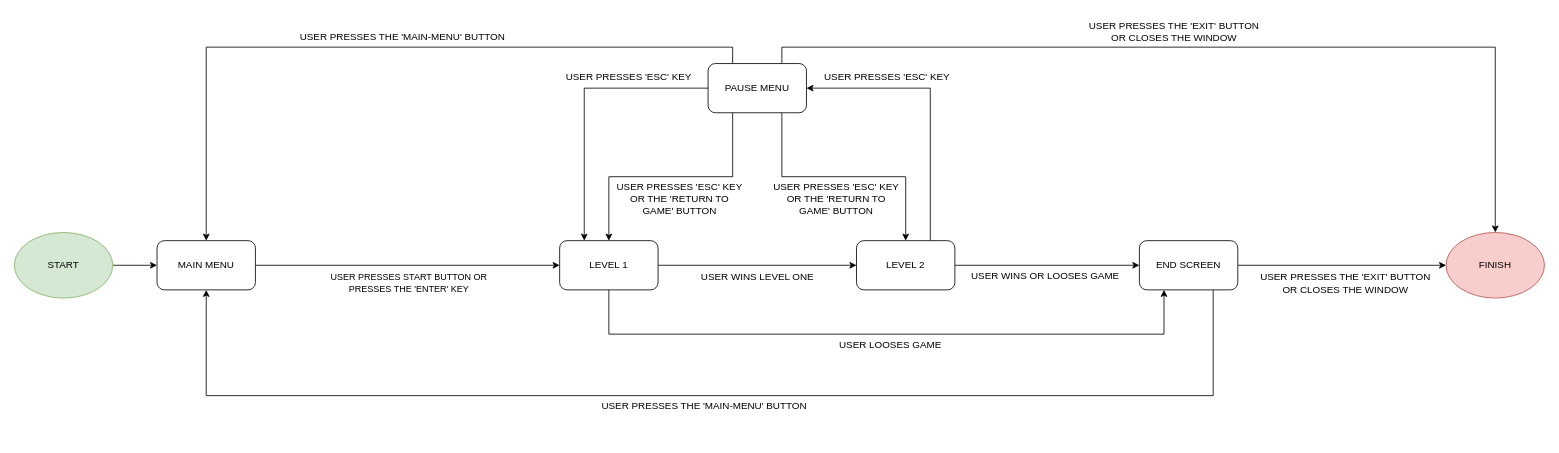
This is user menu flow control diagram.drawio from PycraftDeveloper/Bouncing-Balls, a draw.io file, before an edit. Source tidied: cells renumbered, new cells numbered last; positions are measured from the earlier drawing's top-left corner, leaving out a move shared by most shapes. Both pictures are drawn from the tidied source at 82%, with x=0, y=0 at pixel (14, 14).
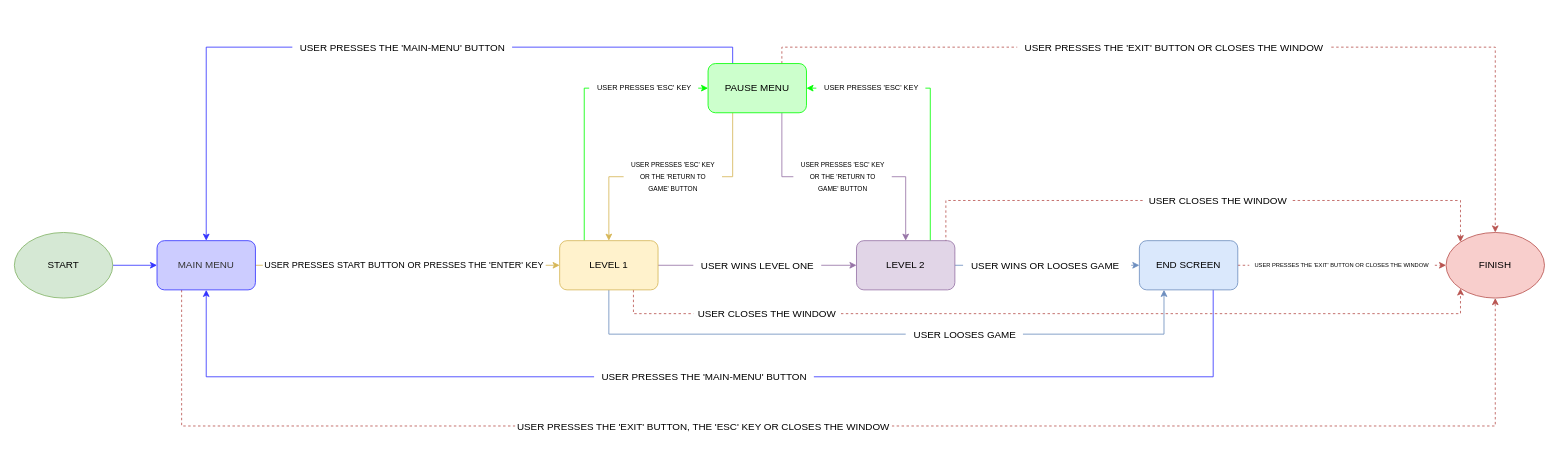
Above is the later version.

Unchanged cells that the change refers to:
```xml
<mxCell id="3" value="START" style="ellipse;whiteSpace=wrap;html=1;fillColor=#d5e8d4;strokeColor=#82b366;" parent="1" vertex="1">
  <mxGeometry y="266" width="120" height="80" as="geometry" />
</mxCell>
<mxCell id="4" value="FINISH" style="ellipse;whiteSpace=wrap;html=1;fillColor=#f8cecc;strokeColor=#b85450;" parent="1" vertex="1">
  <mxGeometry x="1746" y="266" width="120" height="80" as="geometry" />
</mxCell>
```

The edit, as a diff of the source:
```diff
@@
-    <mxCell id="2" style="edgeStyle=orthogonalEdgeStyle;rounded=0;jettySize=auto;html=1;exitX=1;exitY=0.5;exitDx=0;exitDy=0;entryX=0;entryY=0.5;entryDx=0;entryDy=0;" parent="1" edge="1" source="3" target="6">
+    <mxCell id="2" style="edgeStyle=orthogonalEdgeStyle;rounded=0;jettySize=auto;html=1;exitX=1;exitY=0.5;exitDx=0;exitDy=0;entryX=0;entryY=0.5;entryDx=0;entryDy=0;strokeColor=#3333FF;" parent="1" edge="1" source="3" target="6">
       <mxGeometry relative="1" as="geometry" />
     </mxCell>
@@
-    <mxCell id="5" style="edgeStyle=orthogonalEdgeStyle;rounded=0;jettySize=auto;html=1;exitX=1;exitY=0.5;exitDx=0;exitDy=0;entryX=0;entryY=0.5;entryDx=0;entryDy=0;" parent="1" edge="1" source="6" target="18">
+    <mxCell id="5" style="edgeStyle=orthogonalEdgeStyle;rounded=0;jettySize=auto;html=1;exitX=1;exitY=0.5;exitDx=0;exitDy=0;entryX=0;entryY=0.5;entryDx=0;entryDy=0;fillColor=#fff2cc;strokeColor=#d6b656;" parent="1" edge="1" source="6" target="18">
       <mxGeometry relative="1" as="geometry" />
     </mxCell>
+    <mxCell id="34" style="edgeStyle=orthogonalEdgeStyle;rounded=0;jettySize=auto;html=1;exitX=0.25;exitY=1;exitDx=0;exitDy=0;entryX=0.5;entryY=1;entryDx=0;entryDy=0;fillColor=#f8cecc;strokeColor=#b85450;dashed=1;" parent="1" edge="1" source="6" target="4">
+      <mxGeometry relative="1" as="geometry">
+        <Array as="points">
+          <mxPoint x="204" y="502" />
+          <mxPoint x="1806" y="502" />
+        </Array>
+      </mxGeometry>
+    </mxCell>
-    <mxCell id="6" value="MAIN MENU" style="rounded=1;whiteSpace=wrap;html=1;" parent="1" vertex="1">
+    <mxCell id="6" value="MAIN MENU" style="rounded=1;whiteSpace=wrap;html=1;fillColor=#CCCCFF;strokeColor=#3333FF;fontColor=#333333;" parent="1" vertex="1">
       <mxGeometry x="174" y="276" width="120" height="60" as="geometry" />
     </mxCell>
-    <mxCell id="7" style="edgeStyle=orthogonalEdgeStyle;rounded=0;jettySize=auto;html=1;exitX=1;exitY=0.5;exitDx=0;exitDy=0;entryX=0;entryY=0.5;entryDx=0;entryDy=0;" parent="1" edge="1" source="9" target="4">
+    <mxCell id="7" style="edgeStyle=orthogonalEdgeStyle;rounded=0;jettySize=auto;html=1;exitX=1;exitY=0.5;exitDx=0;exitDy=0;entryX=0;entryY=0.5;entryDx=0;entryDy=0;fillColor=#f8cecc;strokeColor=#b85450;dashed=1;" parent="1" edge="1" source="9" target="4">
       <mxGeometry relative="1" as="geometry" />
     </mxCell>
-    <mxCell id="8" style="edgeStyle=orthogonalEdgeStyle;rounded=0;jettySize=auto;html=1;exitX=0.75;exitY=1;exitDx=0;exitDy=0;entryX=0.5;entryY=1;entryDx=0;entryDy=0;" parent="1" edge="1" source="9" target="6">
+    <mxCell id="8" style="edgeStyle=orthogonalEdgeStyle;rounded=0;jettySize=auto;html=1;exitX=0.75;exitY=1;exitDx=0;exitDy=0;entryX=0.5;entryY=1;entryDx=0;entryDy=0;fillColor=#ffe6cc;strokeColor=#3333FF;" parent="1" edge="1" source="9" target="6">
       <mxGeometry relative="1" as="geometry">
         <Array as="points">
-          <mxPoint x="1462" y="465" />
-          <mxPoint x="234" y="465" />
+          <mxPoint x="1462" y="442" />
+          <mxPoint x="234" y="442" />
         </Array>
       </mxGeometry>
     </mxCell>
-    <mxCell id="9" value="END SCREEN" style="rounded=1;whiteSpace=wrap;html=1;" parent="1" vertex="1">
+    <mxCell id="9" value="END SCREEN" style="rounded=1;whiteSpace=wrap;html=1;fillColor=#dae8fc;strokeColor=#6c8ebf;" parent="1" vertex="1">
       <mxGeometry x="1372" y="276" width="120" height="60" as="geometry" />
     </mxCell>
-    <mxCell id="10" style="edgeStyle=orthogonalEdgeStyle;rounded=0;jettySize=auto;html=1;exitX=0.25;exitY=1;exitDx=0;exitDy=0;entryX=0.5;entryY=0;entryDx=0;entryDy=0;" parent="1" edge="1" source="15" target="18">
+    <mxCell id="10" style="edgeStyle=orthogonalEdgeStyle;rounded=0;jettySize=auto;html=1;exitX=0.25;exitY=1;exitDx=0;exitDy=0;entryX=0.5;entryY=0;entryDx=0;entryDy=0;fillColor=#fff2cc;strokeColor=#d6b656;" parent="1" edge="1" source="15" target="18">
       <mxGeometry relative="1" as="geometry" />
     </mxCell>
-    <mxCell id="11" style="edgeStyle=orthogonalEdgeStyle;rounded=0;jettySize=auto;html=1;exitX=0.75;exitY=1;exitDx=0;exitDy=0;entryX=0.5;entryY=0;entryDx=0;entryDy=0;" parent="1" edge="1" source="15" target="21">
+    <mxCell id="11" style="edgeStyle=orthogonalEdgeStyle;rounded=0;jettySize=auto;html=1;exitX=0.75;exitY=1;exitDx=0;exitDy=0;entryX=0.5;entryY=0;entryDx=0;entryDy=0;fillColor=#e1d5e7;strokeColor=#9673a6;" parent="1" edge="1" source="15" target="21">
       <mxGeometry relative="1" as="geometry" />
     </mxCell>
-    <mxCell id="12" style="edgeStyle=orthogonalEdgeStyle;rounded=0;jettySize=auto;html=1;exitX=0;exitY=0.5;exitDx=0;exitDy=0;entryX=0.25;entryY=0;entryDx=0;entryDy=0;" parent="1" edge="1" source="15" target="18">
+    <mxCell id="12" style="edgeStyle=orthogonalEdgeStyle;rounded=0;jettySize=auto;html=1;exitX=0;exitY=0.5;exitDx=0;exitDy=0;entryX=0.25;entryY=0;entryDx=0;entryDy=0;startArrow=classic;startFill=1;endArrow=none;endFill=0;strokeColor=#00FF00;" parent="1" edge="1" source="15" target="18">
       <mxGeometry relative="1" as="geometry" />
     </mxCell>
-    <mxCell id="13" style="edgeStyle=orthogonalEdgeStyle;rounded=0;jettySize=auto;html=1;exitX=0.25;exitY=0;exitDx=0;exitDy=0;entryX=0.5;entryY=0;entryDx=0;entryDy=0;" parent="1" edge="1" source="15" target="6">
+    <mxCell id="13" style="edgeStyle=orthogonalEdgeStyle;rounded=0;jettySize=auto;html=1;exitX=0.25;exitY=0;exitDx=0;exitDy=0;entryX=0.5;entryY=0;entryDx=0;entryDy=0;strokeColor=#3333FF;" parent="1" edge="1" source="15" target="6">
       <mxGeometry relative="1" as="geometry" />
     </mxCell>
-    <mxCell id="14" style="edgeStyle=orthogonalEdgeStyle;rounded=0;jettySize=auto;html=1;exitX=0.75;exitY=0;exitDx=0;exitDy=0;entryX=0.5;entryY=0;entryDx=0;entryDy=0;" parent="1" edge="1" source="15" target="4">
+    <mxCell id="14" style="edgeStyle=orthogonalEdgeStyle;rounded=0;jettySize=auto;html=1;exitX=0.75;exitY=0;exitDx=0;exitDy=0;entryX=0.5;entryY=0;entryDx=0;entryDy=0;fillColor=#f8cecc;strokeColor=#b85450;dashed=1;" parent="1" edge="1" source="15" target="4">
       <mxGeometry relative="1" as="geometry" />
     </mxCell>
-    <mxCell id="15" value="PAUSE MENU" style="rounded=1;whiteSpace=wrap;html=1;" parent="1" vertex="1">
+    <mxCell id="15" value="PAUSE MENU" style="rounded=1;whiteSpace=wrap;html=1;fillColor=#CCFFCC;strokeColor=#00FF00;" parent="1" vertex="1">
       <mxGeometry x="846" y="60" width="120" height="60" as="geometry" />
     </mxCell>
-    <mxCell id="16" style="edgeStyle=orthogonalEdgeStyle;rounded=0;jettySize=auto;html=1;exitX=1;exitY=0.5;exitDx=0;exitDy=0;entryX=0;entryY=0.5;entryDx=0;entryDy=0;" parent="1" edge="1" source="18" target="21">
+    <mxCell id="16" style="edgeStyle=orthogonalEdgeStyle;rounded=0;jettySize=auto;html=1;exitX=1;exitY=0.5;exitDx=0;exitDy=0;entryX=0;entryY=0.5;entryDx=0;entryDy=0;fillColor=#e1d5e7;strokeColor=#9673a6;" parent="1" edge="1" source="18" target="21">
       <mxGeometry relative="1" as="geometry" />
     </mxCell>
-    <mxCell id="17" style="edgeStyle=orthogonalEdgeStyle;rounded=0;jettySize=auto;html=1;exitX=0.5;exitY=1;exitDx=0;exitDy=0;entryX=0.25;entryY=1;entryDx=0;entryDy=0;" parent="1" edge="1" source="18" target="9">
+    <mxCell id="17" style="edgeStyle=orthogonalEdgeStyle;rounded=0;jettySize=auto;html=1;exitX=0.5;exitY=1;exitDx=0;exitDy=0;entryX=0.25;entryY=1;entryDx=0;entryDy=0;fillColor=#dae8fc;strokeColor=#6c8ebf;" parent="1" edge="1" source="18" target="9">
       <mxGeometry relative="1" as="geometry">
         <Array as="points">
           <mxPoint x="725" y="390" />
           <mxPoint x="1402" y="390" />
         </Array>
       </mxGeometry>
     </mxCell>
+    <mxCell id="35" style="edgeStyle=orthogonalEdgeStyle;rounded=0;jettySize=auto;html=1;exitX=0.75;exitY=1;exitDx=0;exitDy=0;entryX=0;entryY=1;entryDx=0;entryDy=0;fillColor=#f8cecc;strokeColor=#b85450;dashed=1;" parent="1" edge="1" source="18" target="4">
+      <mxGeometry relative="1" as="geometry">
+        <Array as="points">
+          <mxPoint x="755" y="365" />
+          <mxPoint x="1764" y="365" />
+        </Array>
+      </mxGeometry>
+    </mxCell>
-    <mxCell id="18" value="LEVEL 1" style="rounded=1;whiteSpace=wrap;html=1;" parent="1" vertex="1">
+    <mxCell id="18" value="LEVEL 1" style="rounded=1;whiteSpace=wrap;html=1;fillColor=#fff2cc;strokeColor=#d6b656;" parent="1" vertex="1">
       <mxGeometry x="665" y="276" width="120" height="60" as="geometry" />
     </mxCell>
-    <mxCell id="19" style="edgeStyle=orthogonalEdgeStyle;rounded=0;jettySize=auto;html=1;exitX=1;exitY=0.5;exitDx=0;exitDy=0;entryX=0;entryY=0.5;entryDx=0;entryDy=0;" parent="1" edge="1" source="21" target="9">
+    <mxCell id="19" style="edgeStyle=orthogonalEdgeStyle;rounded=0;jettySize=auto;html=1;exitX=1;exitY=0.5;exitDx=0;exitDy=0;entryX=0;entryY=0.5;entryDx=0;entryDy=0;fillColor=#dae8fc;strokeColor=#6c8ebf;" parent="1" edge="1" source="21" target="9">
       <mxGeometry relative="1" as="geometry" />
     </mxCell>
-    <mxCell id="20" style="edgeStyle=orthogonalEdgeStyle;rounded=0;jettySize=auto;html=1;exitX=0.75;exitY=0;exitDx=0;exitDy=0;entryX=1;entryY=0.5;entryDx=0;entryDy=0;" parent="1" edge="1" source="21" target="15">
+    <mxCell id="20" style="edgeStyle=orthogonalEdgeStyle;rounded=0;jettySize=auto;html=1;exitX=0.75;exitY=0;exitDx=0;exitDy=0;entryX=1;entryY=0.5;entryDx=0;entryDy=0;strokeColor=#00FF00;" parent="1" edge="1" source="21" target="15">
       <mxGeometry relative="1" as="geometry" />
     </mxCell>
+    <mxCell id="36" style="edgeStyle=orthogonalEdgeStyle;rounded=0;jettySize=auto;html=1;exitX=1;exitY=0.25;exitDx=0;exitDy=0;entryX=0;entryY=0;entryDx=0;entryDy=0;fillColor=#f8cecc;strokeColor=#b85450;dashed=1;" parent="1" edge="1" source="21" target="4">
+      <mxGeometry relative="1" as="geometry">
+        <Array as="points">
+          <mxPoint x="1136" y="291" />
+          <mxPoint x="1136" y="227" />
+          <mxPoint x="1764" y="227" />
+        </Array>
+      </mxGeometry>
+    </mxCell>
-    <mxCell id="21" value="LEVEL 2" style="rounded=1;whiteSpace=wrap;html=1;" parent="1" vertex="1">
+    <mxCell id="21" value="LEVEL 2" style="rounded=1;whiteSpace=wrap;html=1;fillColor=#e1d5e7;strokeColor=#9673a6;" parent="1" vertex="1">
       <mxGeometry x="1027" y="276" width="120" height="60" as="geometry" />
     </mxCell>
-    <mxCell id="22" value="USER WINS LEVEL ONE" style="text;html=1;align=center;verticalAlign=middle;strokeColor=none;fillColor=none;" parent="1" vertex="1">
-      <mxGeometry x="828" y="307" width="156" height="26" as="geometry" />
+    <mxCell id="22" value="USER WINS LEVEL ONE" style="text;html=1;align=center;verticalAlign=middle;strokeColor=none;fillColor=default;" parent="1" vertex="1">
+      <mxGeometry x="828" y="294" width="156" height="26" as="geometry" />
     </mxCell>
-    <mxCell id="23" value="USER PRESSES 'ESC' KEY" style="text;html=1;align=center;verticalAlign=middle;strokeColor=none;fillColor=none;" parent="1" vertex="1">
-      <mxGeometry x="663" y="64" width="171" height="26" as="geometry" />
+    <mxCell id="23" value="&lt;font style=&quot;font-size: 9px;&quot;&gt;USER PRESSES 'ESC' KEY&lt;/font&gt;" style="text;html=1;align=center;verticalAlign=middle;strokeColor=none;fillColor=default;" parent="1" vertex="1">
+      <mxGeometry x="701" y="76" width="133" height="26" as="geometry" />
     </mxCell>
-    <mxCell id="24" value="USER PRESSES 'ESC' KEY" style="text;html=1;align=center;verticalAlign=middle;strokeColor=none;fillColor=none;" parent="1" vertex="1">
-      <mxGeometry x="978" y="64" width="171" height="26" as="geometry" />
+    <mxCell id="24" value="&lt;font style=&quot;font-size: 9px;&quot;&gt;USER PRESSES 'ESC' KEY&lt;/font&gt;" style="text;html=1;align=center;verticalAlign=middle;strokeColor=none;fillColor=default;" parent="1" vertex="1">
+      <mxGeometry x="978" y="76" width="133" height="26" as="geometry" />
     </mxCell>
-    <mxCell id="25" value="USER PRESSES 'ESC' KEY&lt;div&gt;OR THE 'RETURN TO&lt;/div&gt;&lt;div&gt;GAME' BUTTON&lt;/div&gt;" style="text;html=1;align=center;verticalAlign=middle;strokeColor=none;fillColor=none;" parent="1" vertex="1">
-      <mxGeometry x="725" y="197" width="171" height="55" as="geometry" />
+    <mxCell id="25" value="&lt;font style=&quot;font-size: 8px;&quot;&gt;USER PRESSES 'ESC' KEY&lt;/font&gt;&lt;div&gt;&lt;font style=&quot;font-size: 8px;&quot;&gt;OR THE 'RETURN TO&lt;/font&gt;&lt;/div&gt;&lt;div&gt;&lt;font style=&quot;font-size: 8px;&quot;&gt;GAME' BUTTON&lt;/font&gt;&lt;/div&gt;" style="text;html=1;align=center;verticalAlign=middle;strokeColor=none;fillColor=default;" parent="1" vertex="1">
+      <mxGeometry x="743" y="169" width="120" height="55" as="geometry" />
     </mxCell>
-    <mxCell id="26" value="USER WINS OR LOOSES GAME&lt;span style=&quot;white-space: pre;&quot;&gt;&#9;&lt;/span&gt;" style="text;html=1;align=center;verticalAlign=middle;strokeColor=none;fillColor=none;" parent="1" vertex="1">
-      <mxGeometry x="1157" y="306" width="205" height="26" as="geometry" />
+    <mxCell id="26" value="USER WINS OR LOOSES GAME&lt;span style=&quot;white-space: pre;&quot;&gt;&#9;&lt;/span&gt;" style="text;html=1;align=center;verticalAlign=middle;strokeColor=none;fillColor=default;" parent="1" vertex="1">
+      <mxGeometry x="1157" y="294" width="205" height="26" as="geometry" />
     </mxCell>
-    <mxCell id="27" value="&lt;span style=&quot;font-size: 11px;&quot;&gt;USER PRESSES START BUTTON OR&lt;/span&gt;&lt;div&gt;&lt;span style=&quot;font-size: 11px;&quot;&gt;PRESSES THE 'ENTER' KEY&lt;/span&gt;&lt;/div&gt;" style="text;html=1;align=center;verticalAlign=middle;strokeColor=none;fillColor=none;" parent="1" vertex="1">
-      <mxGeometry x="376" y="306" width="209" height="41" as="geometry" />
-    </mxCell>
-    <mxCell id="28" value="USER PRESSES THE 'MAIN-MENU' BUTTON" style="text;html=1;align=center;verticalAlign=middle;strokeColor=none;fillColor=none;" parent="1" vertex="1">
-      <mxGeometry x="339" y="15" width="268" height="26" as="geometry" />
+    <mxCell id="28" value="USER PRESSES THE 'MAIN-MENU' BUTTON" style="text;html=1;align=center;verticalAlign=middle;strokeColor=none;fillColor=default;" parent="1" vertex="1">
+      <mxGeometry x="339" y="28" width="268" height="26" as="geometry" />
     </mxCell>
-    <mxCell id="29" value="USER PRESSES THE 'MAIN-MENU' BUTTON" style="text;html=1;align=center;verticalAlign=middle;strokeColor=none;fillColor=none;" parent="1" vertex="1">
-      <mxGeometry x="707" y="465" width="268" height="26" as="geometry" />
+    <mxCell id="29" value="USER PRESSES THE 'MAIN-MENU' BUTTON" style="text;html=1;align=center;verticalAlign=middle;strokeColor=none;fillColor=default;" parent="1" vertex="1">
+      <mxGeometry x="707" y="430" width="268" height="26" as="geometry" />
     </mxCell>
-    <mxCell id="30" value="USER PRESSES THE 'EXIT' BUTTON&lt;div&gt;OR CLOSES THE WINDOW&lt;/div&gt;" style="text;html=1;align=center;verticalAlign=middle;strokeColor=none;fillColor=none;" parent="1" vertex="1">
-      <mxGeometry x="1510" y="307" width="226" height="41" as="geometry" />
-    </mxCell>
-    <mxCell id="31" value="USER PRESSES THE 'EXIT' BUTTON&lt;div&gt;OR CLOSES THE WINDOW&lt;/div&gt;" style="text;html=1;align=center;verticalAlign=middle;strokeColor=none;fillColor=none;" parent="1" vertex="1">
-      <mxGeometry x="1301" width="226" height="41" as="geometry" />
+    <mxCell id="31" value="USER PRESSES THE 'EXIT' BUTTON&amp;nbsp;&lt;span style=&quot;background-color: initial;&quot;&gt;OR CLOSES THE WINDOW&lt;/span&gt;" style="text;html=1;align=center;verticalAlign=middle;strokeColor=none;fillColor=default;" parent="1" vertex="1">
+      <mxGeometry x="1223" y="28" width="382" height="26" as="geometry" />
     </mxCell>
-    <mxCell id="32" value="USER LOOSES GAME" style="text;html=1;align=center;verticalAlign=middle;strokeColor=none;fillColor=none;" parent="1" vertex="1">
-      <mxGeometry x="996" y="390" width="143" height="26" as="geometry" />
+    <mxCell id="32" value="USER LOOSES GAME" style="text;html=1;align=center;verticalAlign=middle;strokeColor=none;fillColor=default;" parent="1" vertex="1">
+      <mxGeometry x="1087" y="378" width="143" height="26" as="geometry" />
     </mxCell>
-    <mxCell id="33" value="USER PRESSES 'ESC' KEY&lt;div&gt;OR THE 'RETURN TO&lt;/div&gt;&lt;div&gt;GAME' BUTTON&lt;/div&gt;" style="text;html=1;align=center;verticalAlign=middle;strokeColor=none;fillColor=none;" parent="1" vertex="1">
-      <mxGeometry x="916" y="197" width="171" height="55" as="geometry" />
+    <mxCell id="33" value="&lt;font style=&quot;font-size: 8px;&quot;&gt;USER PRESSES 'ESC' KEY&lt;/font&gt;&lt;div&gt;&lt;font style=&quot;font-size: 8px;&quot;&gt;OR THE 'RETURN TO&lt;/font&gt;&lt;/div&gt;&lt;div&gt;&lt;font style=&quot;font-size: 8px;&quot;&gt;GAME' BUTTON&lt;/font&gt;&lt;/div&gt;" style="text;html=1;align=center;verticalAlign=middle;strokeColor=none;fillColor=default;" parent="1" vertex="1">
+      <mxGeometry x="950" y="169" width="120" height="55" as="geometry" />
     </mxCell>
+    <mxCell id="37" value="USER PRESSES THE 'EXIT' BUTTON, THE 'ESC' KEY OR CLOSES THE WINDOW" style="text;html=1;align=center;verticalAlign=middle;whiteSpace=wrap;rounded=0;fillColor=default;" parent="1" vertex="1">
+      <mxGeometry x="611" y="488" width="459" height="30" as="geometry" />
+    </mxCell>
+    <mxCell id="38" value="USER CLOSES THE WINDOW" style="text;html=1;align=center;verticalAlign=middle;whiteSpace=wrap;rounded=0;fillColor=default;" parent="1" vertex="1">
+      <mxGeometry x="1378" y="213" width="180" height="30" as="geometry" />
+    </mxCell>
+    <mxCell id="39" value="USER CLOSES THE WINDOW" style="text;html=1;align=center;verticalAlign=middle;whiteSpace=wrap;rounded=0;fillColor=default;" parent="1" vertex="1">
+      <mxGeometry x="828" y="351" width="180" height="30" as="geometry" />
+    </mxCell>
+    <mxCell id="27" value="&lt;span style=&quot;text-wrap: nowrap; font-size: 11px;&quot;&gt;USER PRESSES START BUTTON OR&amp;nbsp;&lt;/span&gt;&lt;span style=&quot;font-size: 11px; text-wrap: nowrap; background-color: initial;&quot;&gt;PRESSES THE 'ENTER' KEY&lt;/span&gt;" style="text;html=1;align=center;verticalAlign=middle;whiteSpace=wrap;rounded=0;fillColor=default;" parent="1" vertex="1">
+      <mxGeometry x="303" y="291" width="345" height="30" as="geometry" />
+    </mxCell>
+    <mxCell id="30" value="&lt;font style=&quot;font-size: 7px;&quot;&gt;&lt;font style=&quot;text-wrap: nowrap;&quot;&gt;USER PRESSES THE 'EXIT' BUTTON&amp;nbsp;&lt;/font&gt;&lt;span style=&quot;text-wrap: nowrap; background-color: initial;&quot;&gt;OR CLOSES THE WINDOW&lt;/span&gt;&lt;/font&gt;" style="text;html=1;align=center;verticalAlign=middle;whiteSpace=wrap;rounded=0;fillColor=default;" parent="1" vertex="1">
+      <mxGeometry x="1506" y="290" width="226" height="30" as="geometry" />
+    </mxCell>
```
